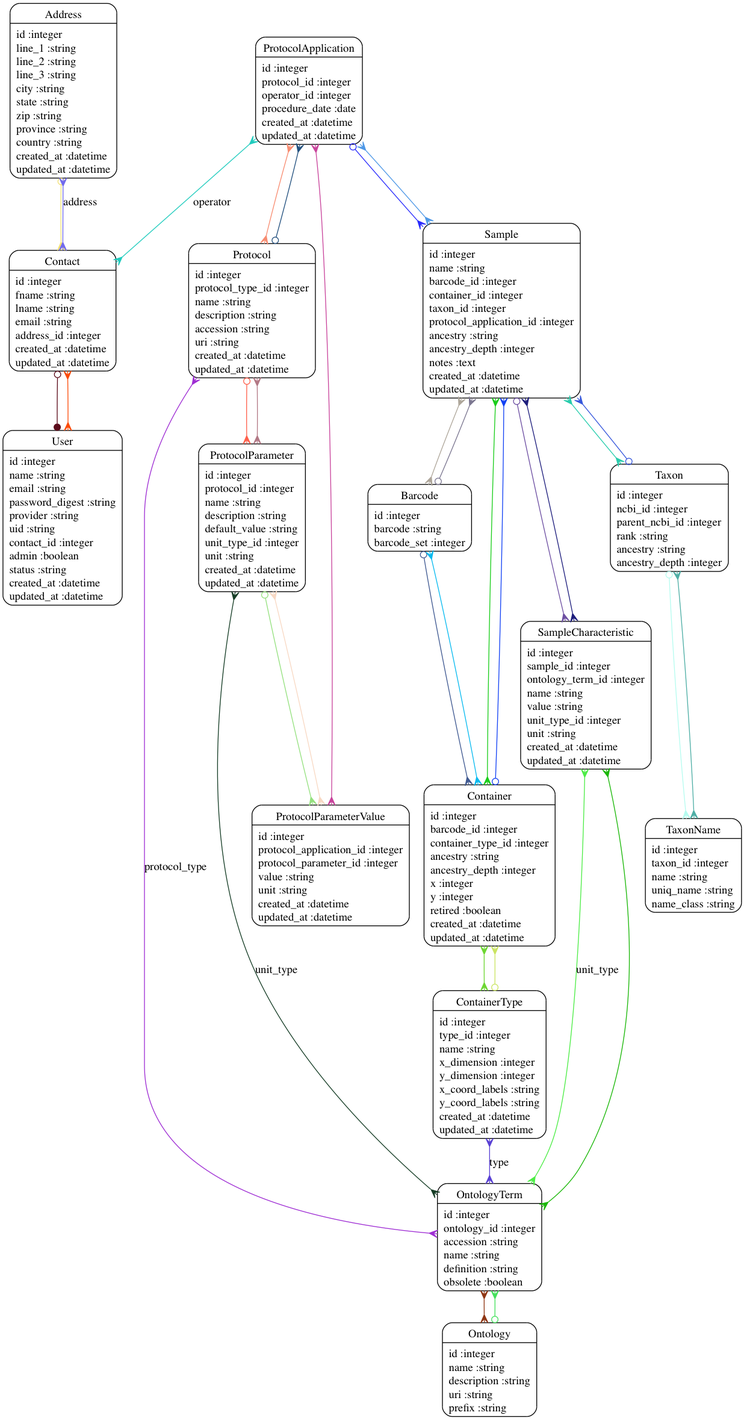
This is models.png from dimitras/collos, a Graphviz export, as it was before one commit. Its source is kept beside it as models.dot.
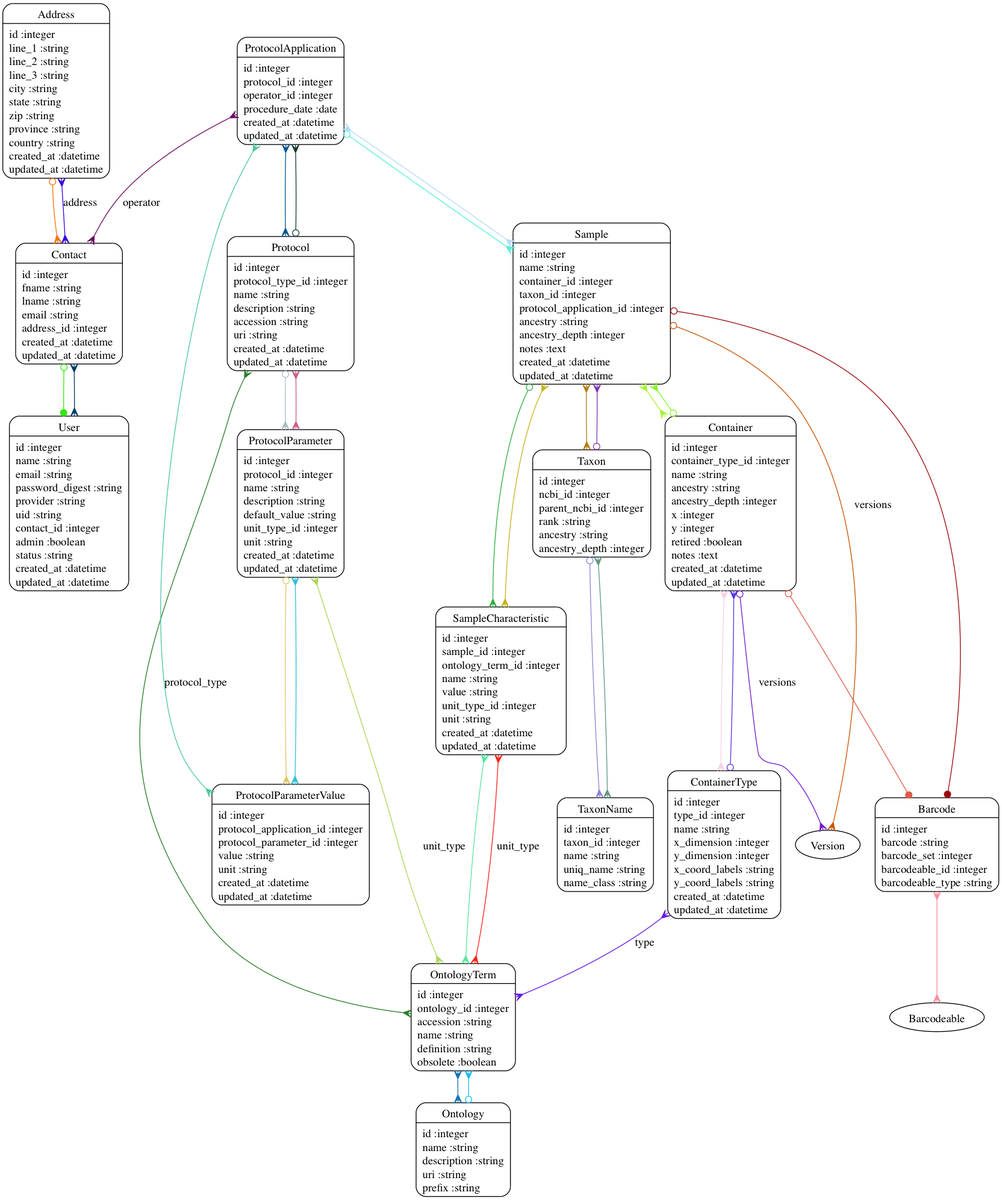
After the commit.

Change to the diagram source:
```diff
@@ -1,9 +1,9 @@
 digraph models_diagram {
 	graph[overlap=false, splines=true]
 	"Address" [shape=Mrecord, label="{Address|id :integer\lline_1 :string\lline_2 :string\lline_3 :string\lcity :string\lstate :string\lzip :string\lprovince :string\lcountry :string\lcreated_at :datetime\lupdated_at :datetime\l}"]
-	"Barcode" [shape=Mrecord, label="{Barcode|id :integer\lbarcode :string\lbarcode_set :integer\l}"]
+	"Barcode" [shape=Mrecord, label="{Barcode|id :integer\lbarcode :string\lbarcode_set :integer\lbarcodeable_id :integer\lbarcodeable_type :string\l}"]
 	"Contact" [shape=Mrecord, label="{Contact|id :integer\lfname :string\llname :string\lemail :string\laddress_id :integer\lcreated_at :datetime\lupdated_at :datetime\l}"]
-	"Container" [shape=Mrecord, label="{Container|id :integer\lbarcode_id :integer\lcontainer_type_id :integer\lancestry :string\lancestry_depth :integer\lx :integer\ly :integer\lretired :boolean\lcreated_at :datetime\lupdated_at :datetime\l}"]
+	"Container" [shape=Mrecord, label="{Container|id :integer\lcontainer_type_id :integer\lname :string\lancestry :string\lancestry_depth :integer\lx :integer\ly :integer\lretired :boolean\lnotes :text\lcreated_at :datetime\lupdated_at :datetime\l}"]
 	"ContainerType" [shape=Mrecord, label="{ContainerType|id :integer\ltype_id :integer\lname :string\lx_dimension :integer\ly_dimension :integer\lx_coord_labels :string\ly_coord_labels :string\lcreated_at :datetime\lupdated_at :datetime\l}"]
 	"Ontology" [shape=Mrecord, label="{Ontology|id :integer\lname :string\ldescription :string\luri :string\lprefix :string\l}"]
 	"OntologyTerm" [shape=Mrecord, label="{OntologyTerm|id :integer\lontology_id :integer\laccession :string\lname :string\ldefinition :string\lobsolete :boolean\l}"]
@@ -11,44 +11,45 @@
 	"ProtocolApplication" [shape=Mrecord, label="{ProtocolApplication|id :integer\lprotocol_id :integer\loperator_id :integer\lprocedure_date :date\lcreated_at :datetime\lupdated_at :datetime\l}"]
 	"ProtocolParameter" [shape=Mrecord, label="{ProtocolParameter|id :integer\lprotocol_id :integer\lname :string\ldescription :string\ldefault_value :string\lunit_type_id :integer\lunit :string\lcreated_at :datetime\lupdated_at :datetime\l}"]
 	"ProtocolParameterValue" [shape=Mrecord, label="{ProtocolParameterValue|id :integer\lprotocol_application_id :integer\lprotocol_parameter_id :integer\lvalue :string\lunit :string\lcreated_at :datetime\lupdated_at :datetime\l}"]
-	"Sample" [shape=Mrecord, label="{Sample|id :integer\lname :string\lbarcode_id :integer\lcontainer_id :integer\ltaxon_id :integer\lprotocol_application_id :integer\lancestry :string\lancestry_depth :integer\lnotes :text\lcreated_at :datetime\lupdated_at :datetime\l}"]
+	"Sample" [shape=Mrecord, label="{Sample|id :integer\lname :string\lcontainer_id :integer\ltaxon_id :integer\lprotocol_application_id :integer\lancestry :string\lancestry_depth :integer\lnotes :text\lcreated_at :datetime\lupdated_at :datetime\l}"]
 	"SampleCharacteristic" [shape=Mrecord, label="{SampleCharacteristic|id :integer\lsample_id :integer\lontology_term_id :integer\lname :string\lvalue :string\lunit_type_id :integer\lunit :string\lcreated_at :datetime\lupdated_at :datetime\l}"]
 	"Taxon" [shape=Mrecord, label="{Taxon|id :integer\lncbi_id :integer\lparent_ncbi_id :integer\lrank :string\lancestry :string\lancestry_depth :integer\l}"]
 	"TaxonName" [shape=Mrecord, label="{TaxonName|id :integer\ltaxon_id :integer\lname :string\luniq_name :string\lname_class :string\l}"]
 	"User" [shape=Mrecord, label="{User|id :integer\lname :string\lemail :string\lpassword_digest :string\lprovider :string\luid :string\lcontact_id :integer\ladmin :boolean\lstatus :string\lcreated_at :datetime\lupdated_at :datetime\l}"]
-	"Address" -> "Contact" [arrowtail=odot, arrowhead=crow, dir=both color="#F2E074"]
-	"Barcode" -> "Sample" [arrowtail=odot, arrowhead=crow, dir=both color="#7B7690"]
-	"Barcode" -> "Container" [arrowtail=odot, arrowhead=crow, dir=both color="#3F5991"]
-	"Contact" -> "User" [arrowtail=odot, arrowhead=dot, dir=both color="#5B0B1A"]
-	"Contact" -> "Address" [label="address", arrowtail=crow, arrowhead=crow, dir=both color="#716AED"]
-	"Container" -> "Barcode" [arrowtail=crow, arrowhead=crow, dir=both color="#0ABAEF"]
-	"Container" -> "ContainerType" [arrowtail=crow, arrowhead=crow, dir=both color="#6DD631"]
-	"Container" -> "Sample" [arrowtail=odot, arrowhead=crow, dir=both color="#1241F4"]
-	"ContainerType" -> "OntologyTerm" [label="type", arrowtail=crow, arrowhead=crow, dir=both color="#5940D4"]
-	"ContainerType" -> "Container" [arrowtail=odot, arrowhead=crow, dir=both color="#CAE461"]
-	"Ontology" -> "OntologyTerm" [arrowtail=odot, arrowhead=crow, dir=both color="#43E05B"]
-	"OntologyTerm" -> "Ontology" [arrowtail=crow, arrowhead=crow, dir=both color="#8E3512"]
-	"Protocol" -> "OntologyTerm" [label="protocol_type", arrowtail=crow, arrowhead=crow, dir=both color="#9E2DD3"]
-	"Protocol" -> "ProtocolApplication" [arrowtail=odot, arrowhead=crow, dir=both color="#22507E"]
-	"Protocol" -> "ProtocolParameter" [arrowtail=odot, arrowhead=crow, dir=both color="#FE5F4B"]
-	"ProtocolApplication" -> "Sample" [arrowtail=odot, arrowhead=crow, dir=both color="#292BFC"]
-	"ProtocolApplication" -> "Protocol" [arrowtail=crow, arrowhead=crow, dir=both color="#F78C71"]
-	"ProtocolApplication" -> "Contact" [label="operator", arrowtail=crow, arrowhead=crow, dir=both color="#20CBBD"]
-	"ProtocolParameter" -> "Protocol" [arrowtail=crow, arrowhead=crow, dir=both color="#B27885"]
-	"ProtocolParameter" -> "OntologyTerm" [label="unit_type", arrowtail=crow, arrowhead=crow, dir=both color="#163D26"]
-	"ProtocolParameter" -> "ProtocolParameterValue" [arrowtail=odot, arrowhead=crow, dir=both color="#94E07E"]
-	"ProtocolParameterValue" -> "ProtocolApplication" [arrowtail=crow, arrowhead=crow, dir=both color="#C8439B"]
-	"ProtocolParameterValue" -> "ProtocolParameter" [arrowtail=crow, arrowhead=crow, dir=both color="#F7D8C3"]
-	"Sample" -> "Container" [arrowtail=crow, arrowhead=crow, dir=both color="#19CD1A"]
-	"Sample" -> "Barcode" [arrowtail=crow, arrowhead=crow, dir=both color="#AEA69A"]
-	"Sample" -> "ProtocolApplication" [arrowtail=crow, arrowhead=crow, dir=both color="#4D97E6"]
-	"Sample" -> "Taxon" [arrowtail=crow, arrowhead=crow, dir=both color="#27CCAC"]
-	"Sample" -> "SampleCharacteristic" [arrowtail=odot, arrowhead=crow, dir=both color="#6D4FA2"]
-	"SampleCharacteristic" -> "OntologyTerm" [arrowtail=crow, arrowhead=crow, dir=both color="#1AB708"]
-	"SampleCharacteristic" -> "OntologyTerm" [label="unit_type", arrowtail=crow, arrowhead=crow, dir=both color="#4CEC45"]
-	"SampleCharacteristic" -> "Sample" [arrowtail=crow, arrowhead=crow, dir=both color="#1D1D7C"]
-	"Taxon" -> "Sample" [arrowtail=odot, arrowhead=crow, dir=both color="#3556DB"]
-	"Taxon" -> "TaxonName" [arrowtail=odot, arrowhead=crow, dir=both color="#B5FBEF"]
-	"TaxonName" -> "Taxon" [arrowtail=crow, arrowhead=crow, dir=both color="#4EAEA5"]
-	"User" -> "Contact" [arrowtail=crow, arrowhead=crow, dir=both color="#FB4B09"]
+	"Address" -> "Contact" [arrowtail=odot, arrowhead=crow, dir=both color="#FB710A"]
+	"Barcode" -> "Barcodeable" [arrowtail=crow, arrowhead=crow, dir=both color="#FD8B9E"]
+	"Contact" -> "User" [arrowtail=odot, arrowhead=dot, dir=both color="#32E811"]
+	"Contact" -> "Address" [label="address", arrowtail=crow, arrowhead=crow, dir=both color="#3303E4"]
+	"Container" -> "ContainerType" [arrowtail=crow, arrowhead=crow, dir=both color="#F5D0E2"]
+	"Container" -> "Sample" [arrowtail=odot, arrowhead=crow, dir=both color="#81F425"]
+	"Container" -> "Barcode" [arrowtail=odot, arrowhead=dot, dir=both color="#E05A48"]
+	"Container" -> "Version" [label="versions", arrowtail=odot, arrowhead=crow, dir=both color="#741AD0"]
+	"ContainerType" -> "OntologyTerm" [label="type", arrowtail=crow, arrowhead=crow, dir=both color="#6118EA"]
+	"ContainerType" -> "Container" [arrowtail=odot, arrowhead=crow, dir=both color="#5934E5"]
+	"Ontology" -> "OntologyTerm" [arrowtail=odot, arrowhead=crow, dir=both color="#1CBCEE"]
+	"OntologyTerm" -> "Ontology" [arrowtail=crow, arrowhead=crow, dir=both color="#1572B2"]
+	"Protocol" -> "OntologyTerm" [label="protocol_type", arrowtail=crow, arrowhead=crow, dir=both color="#287D28"]
+	"Protocol" -> "ProtocolApplication" [arrowtail=odot, arrowhead=crow, dir=both color="#153D33"]
+	"Protocol" -> "ProtocolParameter" [arrowtail=odot, arrowhead=crow, dir=both color="#A9BDC4"]
+	"ProtocolApplication" -> "Sample" [arrowtail=odot, arrowhead=crow, dir=both color="#52EFD4"]
+	"ProtocolApplication" -> "Protocol" [arrowtail=crow, arrowhead=crow, dir=both color="#055690"]
+	"ProtocolApplication" -> "Contact" [label="operator", arrowtail=crow, arrowhead=crow, dir=both color="#6A0A62"]
+	"ProtocolParameter" -> "Protocol" [arrowtail=crow, arrowhead=crow, dir=both color="#C95E8B"]
+	"ProtocolParameter" -> "OntologyTerm" [label="unit_type", arrowtail=crow, arrowhead=crow, dir=both color="#ADD555"]
+	"ProtocolParameter" -> "ProtocolParameterValue" [arrowtail=odot, arrowhead=crow, dir=both color="#DEC668"]
+	"ProtocolParameterValue" -> "ProtocolApplication" [arrowtail=crow, arrowhead=crow, dir=both color="#4DC79F"]
+	"ProtocolParameterValue" -> "ProtocolParameter" [arrowtail=crow, arrowhead=crow, dir=both color="#31BED7"]
+	"Sample" -> "Barcode" [arrowtail=odot, arrowhead=dot, dir=both color="#9A0A0E"]
+	"Sample" -> "Container" [arrowtail=crow, arrowhead=crow, dir=both color="#A1F534"]
+	"Sample" -> "ProtocolApplication" [arrowtail=crow, arrowhead=crow, dir=both color="#B3D9FC"]
+	"Sample" -> "Taxon" [arrowtail=crow, arrowhead=crow, dir=both color="#B27E16"]
+	"Sample" -> "SampleCharacteristic" [arrowtail=odot, arrowhead=crow, dir=both color="#2FAE3F"]
+	"Sample" -> "Version" [label="versions", arrowtail=odot, arrowhead=crow, dir=both color="#C95404"]
+	"SampleCharacteristic" -> "OntologyTerm" [arrowtail=crow, arrowhead=crow, dir=both color="#59E59F"]
+	"SampleCharacteristic" -> "OntologyTerm" [label="unit_type", arrowtail=crow, arrowhead=crow, dir=both color="#FC241A"]
+	"SampleCharacteristic" -> "Sample" [arrowtail=crow, arrowhead=crow, dir=both color="#C4B31E"]
+	"Taxon" -> "Sample" [arrowtail=odot, arrowhead=crow, dir=both color="#8238B4"]
+	"Taxon" -> "TaxonName" [arrowtail=odot, arrowhead=crow, dir=both color="#8D83D8"]
+	"TaxonName" -> "Taxon" [arrowtail=crow, arrowhead=crow, dir=both color="#619982"]
+	"User" -> "Contact" [arrowtail=crow, arrowhead=crow, dir=both color="#013A67"]
 }
```
